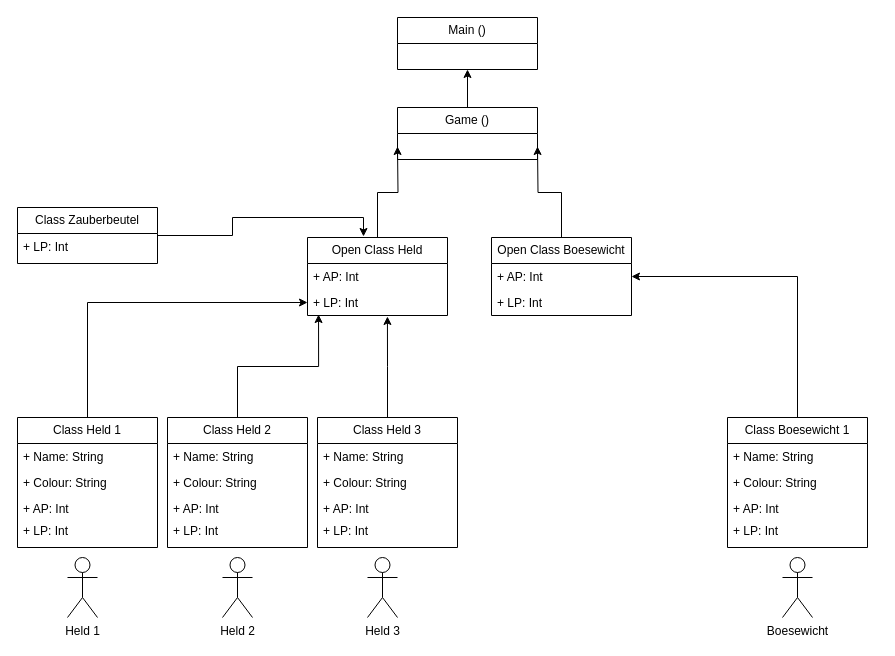
Above: Unbenanntes Diagramm.drawio in DanielGabler/DanielGabler (draw.io), before the change. Source tidied: cells renumbered, new cells numbered last; positions are measured from the earlier drawing's top-left corner, leaving out a move shared by most shapes. Both pictures are drawn from the tidied source at 100%, with x=0, y=0 at pixel (17, 17).
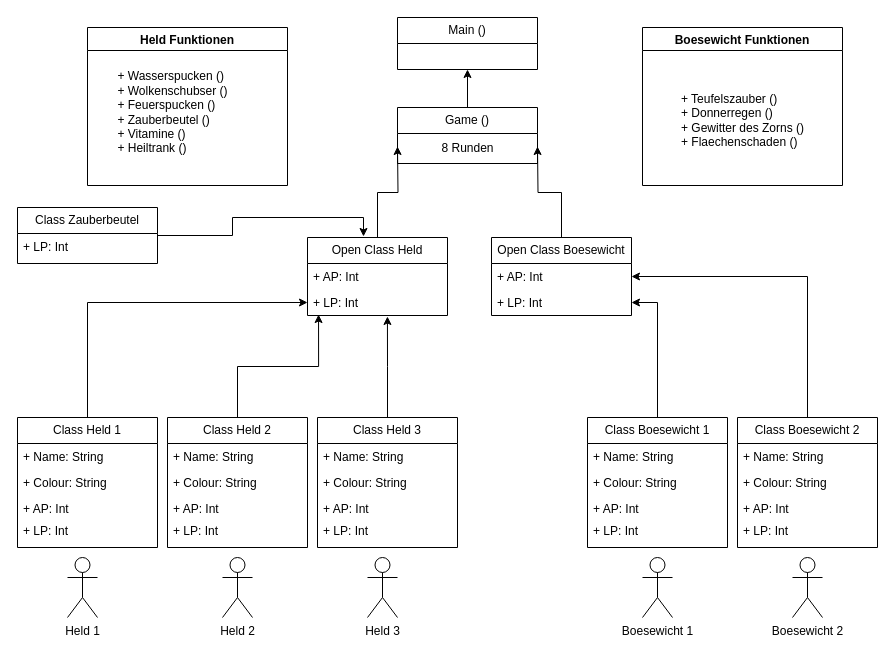
Above is the later version.

The change refers to these unchanged cells:
```xml
<mxCell id="11" value="+ LP: Int" style="text;strokeColor=none;fillColor=none;align=left;verticalAlign=top;spacingLeft=4;spacingRight=4;overflow=hidden;points=[[0,0.5],[1,0.5]];portConstraint=eastwest;whiteSpace=wrap;html=1;" parent="9" vertex="1">
  <mxGeometry y="52" width="140" height="26" as="geometry" />
</mxCell>
```

Diff of the diagram source:
```diff
@@
     <mxCell id="3" value="Game ()" style="swimlane;fontStyle=0;horizontal=1;startSize=26;fillColor=none;whiteSpace=wrap;html=1;" parent="1" vertex="1">
-      <mxGeometry x="380" y="90" width="140" height="52" as="geometry" />
+      <mxGeometry x="380" y="90" width="140" height="56" as="geometry" />
     </mxCell>
+    <mxCell id="44" value="8 Runden" style="text;html=1;align=center;verticalAlign=middle;strokeColor=none;fillColor=none;" parent="3" vertex="1">
+      <mxGeometry y="26" width="140" height="30" as="geometry" />
+    </mxCell>
@@
-    <mxCell id="13" value="Class Boesewicht 1" style="swimlane;fontStyle=0;horizontal=1;startSize=26;fillColor=none;whiteSpace=wrap;html=1;" parent="1" vertex="1">
-      <mxGeometry x="710" y="400" width="140" height="130" as="geometry" />
+    <mxCell id="13" value="Class Boesewicht 2" style="swimlane;fontStyle=0;horizontal=1;startSize=26;fillColor=none;whiteSpace=wrap;html=1;" parent="1" vertex="1">
+      <mxGeometry x="720" y="400" width="140" height="130" as="geometry" />
     </mxCell>
@@
-    <mxCell id="42" value="Boesewicht" style="shape=umlActor;verticalLabelPosition=bottom;verticalAlign=top;html=1;" parent="1" vertex="1">
-      <mxGeometry x="765" y="540" width="30" height="60" as="geometry" />
+    <mxCell id="42" value="Boesewicht 2" style="shape=umlActor;verticalLabelPosition=bottom;verticalAlign=top;html=1;" parent="1" vertex="1">
+      <mxGeometry x="775" y="540" width="30" height="60" as="geometry" />
     </mxCell>
@@
+    <mxCell id="45" style="edgeStyle=orthogonalEdgeStyle;rounded=0;jettySize=auto;html=1;entryX=1;entryY=0.5;entryDx=0;entryDy=0;" parent="1" edge="1" source="46" target="11">
+      <mxGeometry relative="1" as="geometry" />
+    </mxCell>
+    <mxCell id="46" value="Class Boesewicht 1" style="swimlane;fontStyle=0;horizontal=1;startSize=26;fillColor=none;whiteSpace=wrap;html=1;" parent="1" vertex="1">
+      <mxGeometry x="570" y="400" width="140" height="130" as="geometry" />
+    </mxCell>
+    <mxCell id="47" value="+ Name: String" style="text;strokeColor=none;fillColor=none;align=left;verticalAlign=top;spacingLeft=4;spacingRight=4;overflow=hidden;whiteSpace=wrap;html=1;" parent="46" vertex="1">
+      <mxGeometry y="26" width="140" height="26" as="geometry" />
+    </mxCell>
+    <mxCell id="48" value="+ Colour: String" style="text;strokeColor=none;fillColor=none;align=left;verticalAlign=top;spacingLeft=4;spacingRight=4;overflow=hidden;whiteSpace=wrap;html=1;" parent="46" vertex="1">
+      <mxGeometry y="52" width="140" height="26" as="geometry" />
+    </mxCell>
+    <mxCell id="49" value="+ AP: Int" style="text;strokeColor=none;fillColor=none;align=left;verticalAlign=top;spacingLeft=4;spacingRight=4;overflow=hidden;whiteSpace=wrap;html=1;" parent="46" vertex="1">
+      <mxGeometry y="78" width="140" height="22" as="geometry" />
+    </mxCell>
+    <mxCell id="50" value="+ LP: Int" style="text;strokeColor=none;fillColor=none;align=left;verticalAlign=top;spacingLeft=4;spacingRight=4;overflow=hidden;whiteSpace=wrap;html=1;" parent="46" vertex="1">
+      <mxGeometry y="100" width="140" height="30" as="geometry" />
+    </mxCell>
+    <mxCell id="51" value="Boesewicht 1" style="shape=umlActor;verticalLabelPosition=bottom;verticalAlign=top;html=1;" parent="1" vertex="1">
+      <mxGeometry x="625" y="540" width="30" height="60" as="geometry" />
+    </mxCell>
+    <mxCell id="52" value="Held Funktionen" style="swimlane;" parent="1" vertex="1">
+      <mxGeometry x="70" y="10" width="200" height="158" as="geometry" />
+    </mxCell>
+    <mxCell id="53" value="&lt;div style=&quot;text-align: left;&quot;&gt;+ Wasserspucken ()&lt;/div&gt;&lt;div style=&quot;text-align: left;&quot;&gt;+ Wolkenschubser ()&lt;/div&gt;&lt;div style=&quot;text-align: left;&quot;&gt;+ Feuerspucken ()&lt;/div&gt;&lt;div style=&quot;text-align: left;&quot;&gt;+ Zauberbeutel ()&lt;/div&gt;&lt;div style=&quot;text-align: left;&quot;&gt;+ Vitamine ()&lt;/div&gt;&lt;div style=&quot;text-align: left;&quot;&gt;+ Heiltrank ()&lt;/div&gt;" style="text;html=1;align=center;verticalAlign=middle;strokeColor=none;fillColor=none;" parent="52" vertex="1">
+      <mxGeometry x="20" y="35" width="130" height="100" as="geometry" />
+    </mxCell>
+    <mxCell id="54" value="Boesewicht Funktionen" style="swimlane;" parent="1" vertex="1">
+      <mxGeometry x="625" y="10" width="200" height="158" as="geometry" />
+    </mxCell>
+    <mxCell id="55" value="&lt;div style=&quot;text-align: left;&quot;&gt;+ Teufelszauber ()&lt;/div&gt;&lt;div style=&quot;text-align: left;&quot;&gt;+ Donnerregen ()&lt;/div&gt;&lt;div style=&quot;text-align: left;&quot;&gt;+ Gewitter des Zorns ()&lt;/div&gt;&lt;div style=&quot;text-align: left;&quot;&gt;+ Flaechenschaden ()&lt;/div&gt;" style="text;html=1;align=center;verticalAlign=middle;strokeColor=none;fillColor=none;" parent="54" vertex="1">
+      <mxGeometry x="25" y="58" width="150" height="70" as="geometry" />
+    </mxCell>
```
